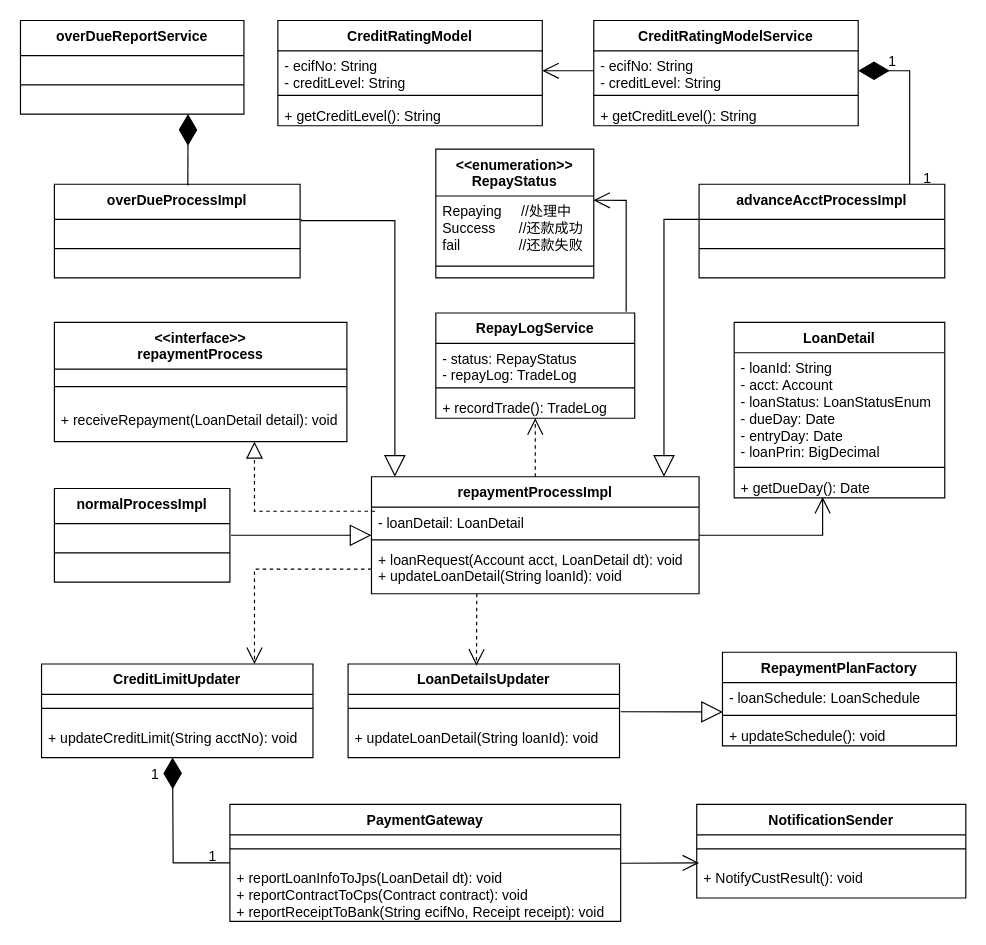
The draw.io diagram 还款处理类图.drawio in wuxiao-web/graduationThesis, before the edit. Source tidied: cells renumbered, new cells numbered last; positions are measured from the earlier drawing's top-left corner, leaving out a move shared by most shapes. Both pictures are drawn from the tidied source at 117%, with x=0, y=0 at pixel (20, 20).
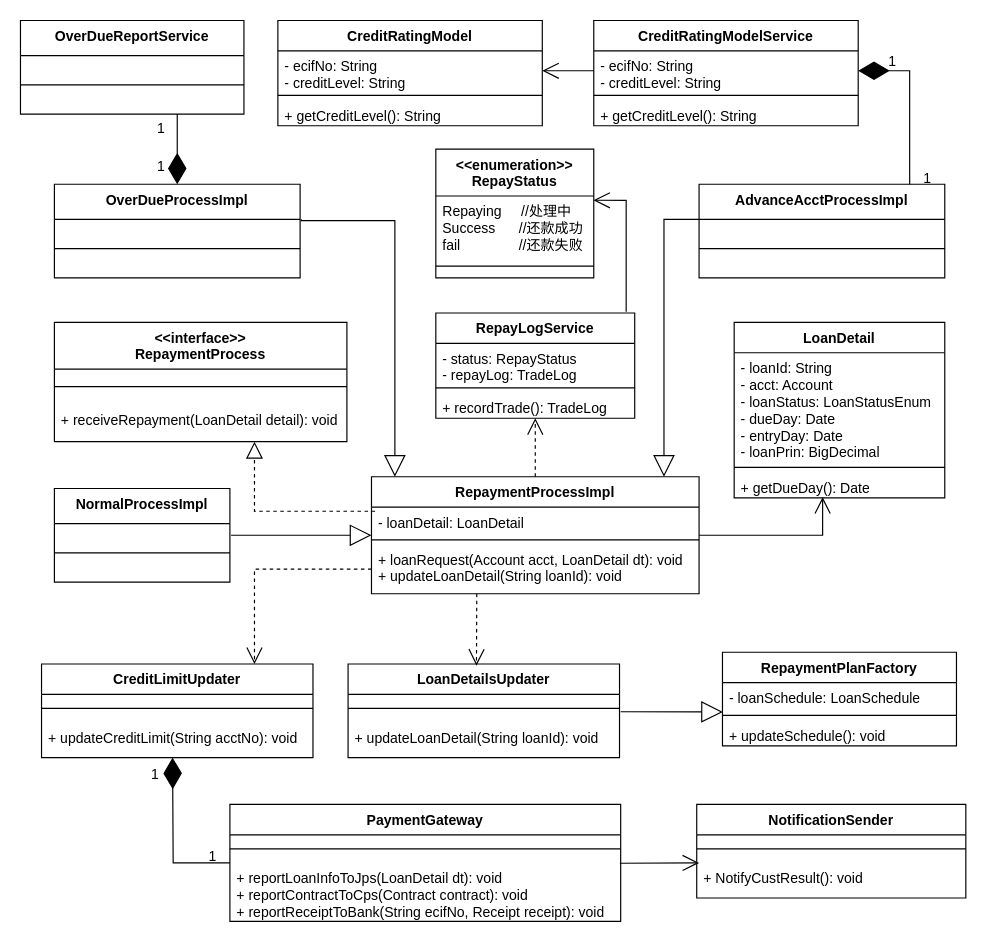
After the change.

Commit message:
更新还款处理类图.drawio

What changed in the source:
```diff
@@
-    <mxCell id="2" value="&amp;lt;&amp;lt;interface&amp;gt;&amp;gt;&lt;br style=&quot;border-color: var(--border-color);&quot;&gt;repaymentProcess" style="swimlane;fontStyle=1;align=center;verticalAlign=top;horizontal=1;startSize=40;whiteSpace=wrap;html=1;" parent="1" vertex="1">
+    <mxCell id="2" value="&amp;lt;&amp;lt;interface&amp;gt;&amp;gt;&lt;br style=&quot;border-color: var(--border-color);&quot;&gt;RepaymentProcess" style="swimlane;fontStyle=1;align=center;verticalAlign=top;horizontal=1;startSize=40;whiteSpace=wrap;html=1;" parent="1" vertex="1">
       <mxGeometry x="29" y="258" width="250" height="102" as="geometry" />
     </mxCell>
@@
-    <mxCell id="5" value="repaymentProcessImpl" style="swimlane;fontStyle=1;align=center;verticalAlign=top;horizontal=1;startSize=26;whiteSpace=wrap;html=1;" parent="1" vertex="1">
+    <mxCell id="5" value="RepaymentProcessImpl" style="swimlane;fontStyle=1;align=center;verticalAlign=top;horizontal=1;startSize=26;whiteSpace=wrap;html=1;" parent="1" vertex="1">
       <mxGeometry x="300" y="390" width="280" height="100" as="geometry" />
     </mxCell>
@@
-    <mxCell id="38" value="normalProcessImpl" style="swimlane;fontStyle=1;align=center;verticalAlign=top;horizontal=1;startSize=30;whiteSpace=wrap;html=1;" parent="1" vertex="1">
+    <mxCell id="38" value="NormalProcessImpl" style="swimlane;fontStyle=1;align=center;verticalAlign=top;horizontal=1;startSize=30;whiteSpace=wrap;html=1;" parent="1" vertex="1">
       <mxGeometry x="29" y="400" width="150" height="80" as="geometry" />
     </mxCell>
@@
-    <mxCell id="41" value="overDueProcessImpl" style="swimlane;fontStyle=1;align=center;verticalAlign=top;horizontal=1;startSize=30;whiteSpace=wrap;html=1;" parent="1" vertex="1">
+    <mxCell id="41" value="OverDueProcessImpl" style="swimlane;fontStyle=1;align=center;verticalAlign=top;horizontal=1;startSize=30;whiteSpace=wrap;html=1;" parent="1" vertex="1">
       <mxGeometry x="29" y="140" width="210" height="80" as="geometry" />
     </mxCell>
@@
-    <mxCell id="44" value="advanceAcctProcessImpl" style="swimlane;fontStyle=1;align=center;verticalAlign=top;horizontal=1;startSize=30;whiteSpace=wrap;html=1;" parent="1" vertex="1">
+    <mxCell id="44" value="AdvanceAcctProcessImpl" style="swimlane;fontStyle=1;align=center;verticalAlign=top;horizontal=1;startSize=30;whiteSpace=wrap;html=1;" parent="1" vertex="1">
       <mxGeometry x="580" y="140" width="210" height="80" as="geometry" />
     </mxCell>
@@
-    <mxCell id="64" value="overDueReportService" style="swimlane;fontStyle=1;align=center;verticalAlign=top;horizontal=1;startSize=30;whiteSpace=wrap;html=1;" parent="1" vertex="1">
+    <mxCell id="64" value="OverDueReportService" style="swimlane;fontStyle=1;align=center;verticalAlign=top;horizontal=1;startSize=30;whiteSpace=wrap;html=1;" parent="1" vertex="1">
       <mxGeometry width="191" height="80" as="geometry" />
     </mxCell>
@@
-    <mxCell id="66" style="endArrow=diamondThin;endFill=1;endSize=24;html=1;rounded=0;exitX=0.543;exitY=0.013;exitDx=0;exitDy=0;entryX=0.75;entryY=1;entryDx=0;entryDy=0;exitPerimeter=0;" parent="1" edge="1" source="41" target="64">
-      <mxGeometry relative="1" as="geometry" />
+    <mxCell id="66" style="endArrow=diamondThin;endFill=1;endSize=24;html=1;rounded=0;entryX=0.5;entryY=0;entryDx=0;entryDy=0;" parent="1" edge="1" target="41">
+      <mxGeometry relative="1" as="geometry">
+        <mxPoint x="134" y="80" as="sourcePoint" />
+      </mxGeometry>
     </mxCell>
@@
+    <mxCell id="71" value="1" style="text;html=1;align=center;verticalAlign=middle;strokeColor=none;fillColor=none;" parent="1" vertex="1">
+      <mxGeometry x="105" y="110" width="30" height="30" as="geometry" />
+    </mxCell>
+    <mxCell id="72" value="1" style="text;html=1;align=center;verticalAlign=middle;strokeColor=none;fillColor=none;" parent="1" vertex="1">
+      <mxGeometry x="105" y="78" width="30" height="30" as="geometry" />
+    </mxCell>
```
